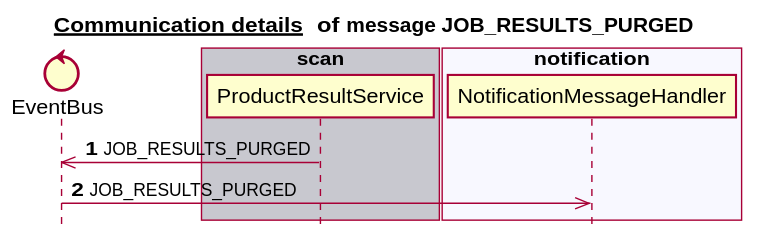
This is docs/latest/images/gen_domain_messaging_job_results_purged.svg from mercedes-benz/sechub, a PlantUML export, as it was before one commit.
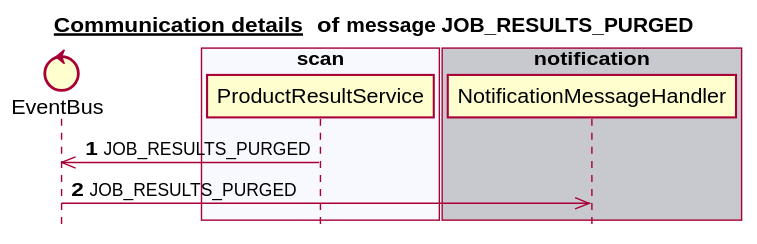
After the commit.

Diff of the diagram source:
```diff
@@ -6,17 +6,17 @@
 
 
 control EventBus
-box "scan" #C8C8CF
+box "authorization" #C8C8CF
+end box
+box "scan" #F8F8FF
    participant ProductResultService
+end box
+box "administration" #C8C8CF
 end box
 box "schedule" #F8F8FF
 end box
-box "authorization" #C8C8CF
-end box
-box "notification" #F8F8FF
+box "notification" #C8C8CF
    participant NotificationMessageHandler
-end box
-box "administration" #C8C8CF
 end box
 autonumber 1
 ProductResultService ->> EventBus:JOB_RESULTS_PURGED
```
